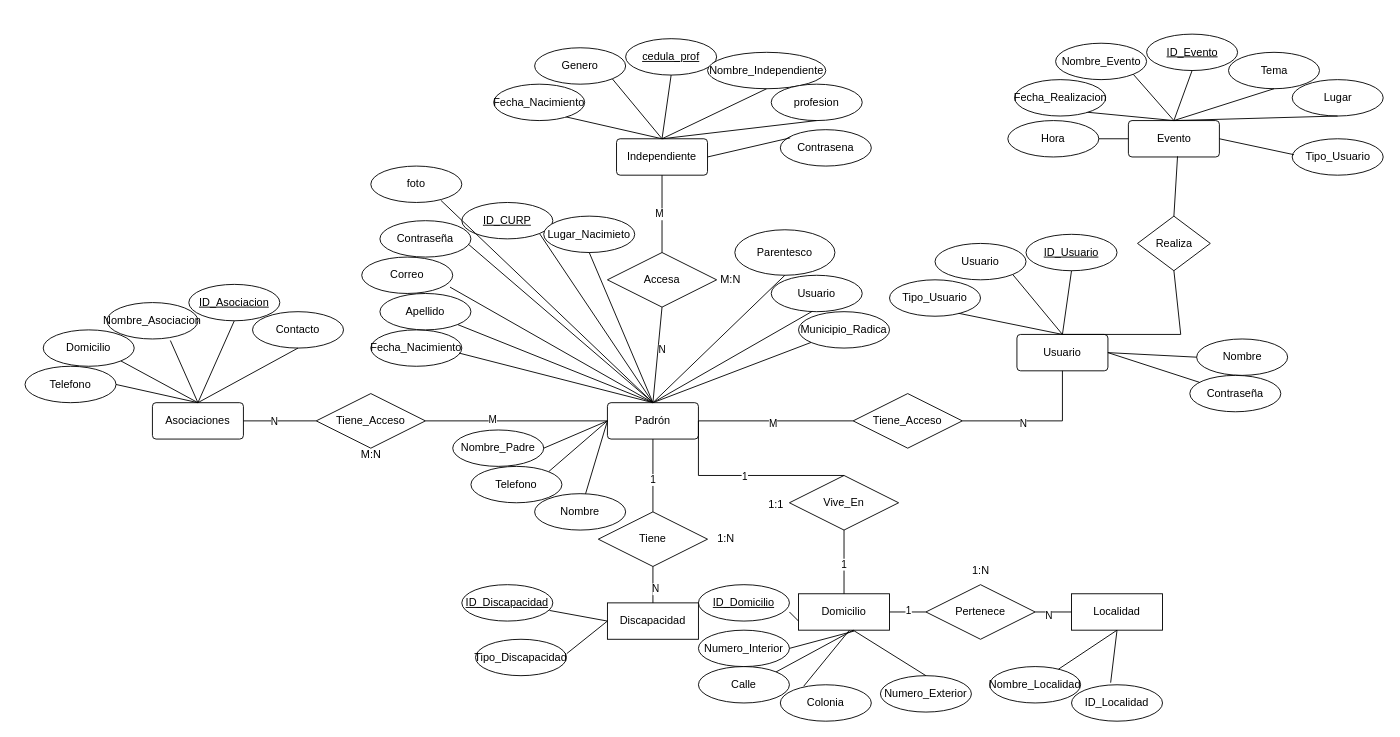
This is Diagrama sin título.drawio from OSCARCH2002/diagramas, a draw.io file, before an edit. Source tidied: cells renumbered, new cells numbered last; positions are measured from the earlier drawing's top-left corner, leaving out a move shared by most shapes. Both pictures are drawn from the tidied source at 91%, with x=0, y=0 at pixel (25, 34).
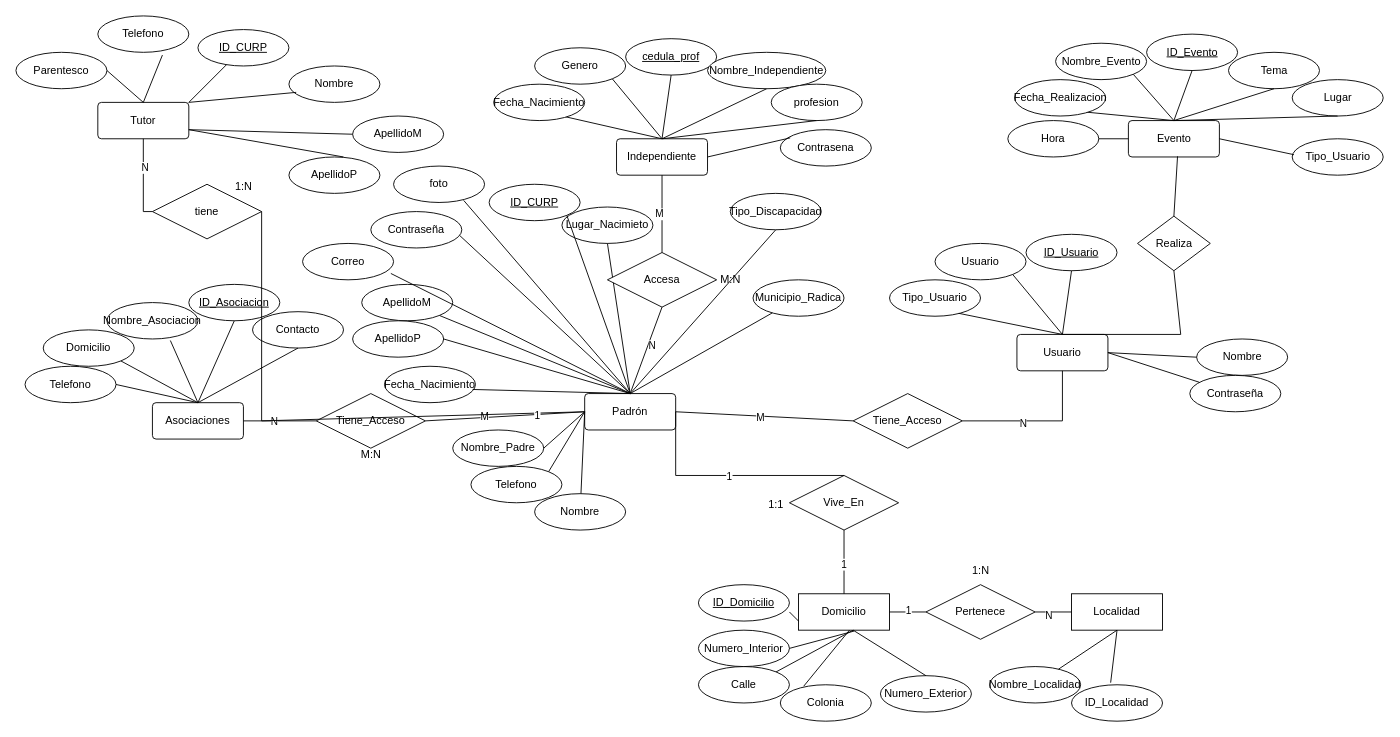
The same diagram, later.

The change refers to these unchanged cells:
```xml
<mxCell id="10" value="Nombre_Padre" style="ellipse;whiteSpace=wrap;html=1;align=center;" parent="1" vertex="1">
  <mxGeometry x="470" y="435" width="100" height="40" as="geometry" />
</mxCell>
<mxCell id="42" value="Vive_En" style="shape=rhombus;perimeter=rhombusPerimeter;whiteSpace=wrap;html=1;align=center;" parent="1" vertex="1">
  <mxGeometry x="840" y="485" width="120" height="60" as="geometry" />
</mxCell>
<mxCell id="104" value="Accesa" style="shape=rhombus;perimeter=rhombusPerimeter;whiteSpace=wrap;html=1;align=center;" parent="1" vertex="1">
  <mxGeometry x="640" y="240" width="120" height="60" as="geometry" />
</mxCell>
```

What changed in the source:
```diff
@@
     <mxCell id="2" value="Padrón" style="rounded=1;arcSize=10;whiteSpace=wrap;html=1;align=center;" parent="1" vertex="1">
-      <mxGeometry x="640" y="405" width="100" height="40" as="geometry" />
+      <mxGeometry x="615" y="395" width="100" height="40" as="geometry" />
     </mxCell>
     <mxCell id="3" value="ID_CURP" style="ellipse;whiteSpace=wrap;html=1;align=center;fontStyle=4;" parent="1" vertex="1">
-      <mxGeometry x="480" y="185" width="100" height="40" as="geometry" />
+      <mxGeometry x="510" y="165" width="100" height="40" as="geometry" />
     </mxCell>
-    <mxCell id="4" value="Usuario" style="ellipse;whiteSpace=wrap;html=1;align=center;" parent="1" vertex="1">
-      <mxGeometry x="820" y="265" width="100" height="40" as="geometry" />
-    </mxCell>
@@
     <mxCell id="6" value="Fecha_Nacimiento" style="ellipse;whiteSpace=wrap;html=1;align=center;" parent="1" vertex="1">
-      <mxGeometry x="380" y="325" width="100" height="40" as="geometry" />
+      <mxGeometry x="395" y="365" width="100" height="40" as="geometry" />
     </mxCell>
-    <mxCell id="7" value="Apellido" style="ellipse;whiteSpace=wrap;html=1;align=center;" parent="1" vertex="1">
-      <mxGeometry x="390" y="285" width="100" height="40" as="geometry" />
+    <mxCell id="7" value="ApellidoM" style="ellipse;whiteSpace=wrap;html=1;align=center;" parent="1" vertex="1">
+      <mxGeometry x="370" y="275" width="100" height="40" as="geometry" />
     </mxCell>
     <mxCell id="8" value="Contraseña" style="ellipse;whiteSpace=wrap;html=1;align=center;" parent="1" vertex="1">
-      <mxGeometry x="390" y="205" width="100" height="40" as="geometry" />
+      <mxGeometry x="380" y="195" width="100" height="40" as="geometry" />
     </mxCell>
-    <mxCell id="9" value="Parentesco" style="ellipse;whiteSpace=wrap;html=1;align=center;" parent="1" vertex="1">
-      <mxGeometry x="780" y="215" width="110" height="50" as="geometry" />
-    </mxCell>
@@
     <mxCell id="11" value="Lugar_Nacimieto" style="ellipse;whiteSpace=wrap;html=1;align=center;" parent="1" vertex="1">
-      <mxGeometry x="570" y="200" width="100" height="40" as="geometry" />
+      <mxGeometry x="590" y="190" width="100" height="40" as="geometry" />
     </mxCell>
     <mxCell id="12" value="Municipio_Radica" style="ellipse;whiteSpace=wrap;html=1;align=center;" parent="1" vertex="1">
-      <mxGeometry x="850" y="305" width="100" height="40" as="geometry" />
+      <mxGeometry x="800" y="270" width="100" height="40" as="geometry" />
     </mxCell>
@@
-    <mxCell id="15" style="endArrow=none;html=1;rounded=0;" parent="1" edge="1" target="12">
-      <mxGeometry relative="1" as="geometry">
-        <mxPoint x="690" y="405" as="sourcePoint" />
-      </mxGeometry>
+    <mxCell id="15" style="endArrow=none;html=1;rounded=0;exitX=0.5;exitY=0;exitDx=0;exitDy=0;" parent="1" edge="1" source="2" target="12">
+      <mxGeometry relative="1" as="geometry" />
     </mxCell>
-    <mxCell id="16" style="endArrow=none;html=1;rounded=0;entryX=0.45;entryY=0.992;entryDx=0;entryDy=0;exitX=0.5;exitY=0;exitDx=0;exitDy=0;entryPerimeter=0;" parent="1" edge="1" source="2" target="4">
-      <mxGeometry relative="1" as="geometry" />
-    </mxCell>
-    <mxCell id="17" style="endArrow=none;html=1;rounded=0;entryX=0.5;entryY=1;entryDx=0;entryDy=0;" parent="1" edge="1" target="9">
-      <mxGeometry relative="1" as="geometry">
-        <mxPoint x="690" y="405" as="sourcePoint" />
-      </mxGeometry>
-    </mxCell>
@@
-    <mxCell id="21" style="endArrow=none;html=1;rounded=0;entryX=1;entryY=1;entryDx=0;entryDy=0;" parent="1" edge="1" target="7">
-      <mxGeometry relative="1" as="geometry">
-        <mxPoint x="690" y="405" as="sourcePoint" />
-      </mxGeometry>
+    <mxCell id="21" style="endArrow=none;html=1;rounded=0;entryX=1;entryY=1;entryDx=0;entryDy=0;exitX=0.5;exitY=0;exitDx=0;exitDy=0;" parent="1" edge="1" source="2" target="7">
+      <mxGeometry relative="1" as="geometry" />
     </mxCell>
-    <mxCell id="22" style="endArrow=none;html=1;rounded=0;exitX=1;exitY=0.5;exitDx=0;exitDy=0;" parent="1" edge="1" source="10">
-      <mxGeometry relative="1" as="geometry">
-        <mxPoint x="640" y="425" as="targetPoint" />
-      </mxGeometry>
+    <mxCell id="22" style="endArrow=none;html=1;rounded=0;exitX=1;exitY=0.5;exitDx=0;exitDy=0;entryX=0;entryY=0.5;entryDx=0;entryDy=0;" parent="1" edge="1" source="10" target="2">
+      <mxGeometry relative="1" as="geometry" />
     </mxCell>
@@
-    <mxCell id="24" value="Discapacidad" style="whiteSpace=wrap;html=1;align=center;" parent="1" vertex="1">
-      <mxGeometry x="640" y="625" width="100" height="40" as="geometry" />
-    </mxCell>
-    <mxCell id="25" style="endArrow=none;html=1;rounded=0;exitX=0;exitY=0.5;exitDx=0;exitDy=0;entryX=0.963;entryY=0.708;entryDx=0;entryDy=0;entryPerimeter=0;" parent="1" edge="1" source="24" target="54">
-      <mxGeometry relative="1" as="geometry" />
-    </mxCell>
-    <mxCell id="26" value="Tipo_Discapacidad" style="ellipse;whiteSpace=wrap;html=1;align=center;" parent="1" vertex="1">
-      <mxGeometry x="495" y="665" width="100" height="40" as="geometry" />
-    </mxCell>
-    <mxCell id="27" style="endArrow=none;html=1;rounded=0;entryX=1.005;entryY=0.39;entryDx=0;entryDy=0;exitX=0;exitY=0.5;exitDx=0;exitDy=0;entryPerimeter=0;" parent="1" edge="1" source="24" target="26">
-      <mxGeometry relative="1" as="geometry" />
-    </mxCell>
-    <mxCell id="28" value="Tiene" style="shape=rhombus;perimeter=rhombusPerimeter;whiteSpace=wrap;html=1;align=center;" parent="1" vertex="1">
-      <mxGeometry x="630" y="525" width="120" height="60" as="geometry" />
-    </mxCell>
-    <mxCell id="29" style="endArrow=none;html=1;rounded=0;entryX=0.5;entryY=1;entryDx=0;entryDy=0;exitX=0.5;exitY=0;exitDx=0;exitDy=0;" parent="1" edge="1" source="28" target="2">
-      <mxGeometry relative="1" as="geometry" />
-    </mxCell>
-    <mxCell id="30" value="1" style="edgeLabel;html=1;align=center;verticalAlign=middle;" parent="29" vertex="1">
-      <mxGeometry x="-0.1" y="1" relative="1" as="geometry" />
-    </mxCell>
-    <mxCell id="31" style="endArrow=none;html=1;rounded=0;entryX=0.5;entryY=1;entryDx=0;entryDy=0;exitX=0.5;exitY=0;exitDx=0;exitDy=0;" parent="1" edge="1" source="24" target="28">
-      <mxGeometry relative="1" as="geometry" />
-    </mxCell>
-    <mxCell id="32" value="N" style="edgeLabel;html=1;align=center;verticalAlign=middle;" parent="31" vertex="1">
-      <mxGeometry x="-0.2" y="-2" relative="1" as="geometry" />
-    </mxCell>
@@
     <mxCell id="45" style="endArrow=none;html=1;rounded=0;entryX=0.5;entryY=0;entryDx=0;entryDy=0;exitX=1;exitY=0.5;exitDx=0;exitDy=0;" parent="1" edge="1" source="2" target="42">
       <mxGeometry relative="1" as="geometry">
         <Array as="points">
-          <mxPoint x="740" y="485" />
+          <mxPoint x="715" y="485" />
         </Array>
       </mxGeometry>
     </mxCell>
@@
-    <mxCell id="54" value="ID_Discapacidad" style="ellipse;whiteSpace=wrap;html=1;align=center;fontStyle=4;" parent="1" vertex="1">
-      <mxGeometry x="480" y="605" width="100" height="40" as="geometry" />
-    </mxCell>
@@
     <mxCell id="101" value="Correo" style="ellipse;whiteSpace=wrap;html=1;align=center;" parent="1" vertex="1">
-      <mxGeometry x="370" y="245" width="100" height="40" as="geometry" />
+      <mxGeometry x="305" y="230" width="100" height="40" as="geometry" />
     </mxCell>
@@
-    <mxCell id="107" style="endArrow=none;html=1;rounded=0;entryX=0.5;entryY=1;entryDx=0;entryDy=0;" parent="1" edge="1" target="104">
-      <mxGeometry relative="1" as="geometry">
-        <mxPoint x="690" y="405" as="sourcePoint" />
-      </mxGeometry>
+    <mxCell id="107" style="endArrow=none;html=1;rounded=0;entryX=0.5;entryY=1;entryDx=0;entryDy=0;exitX=0.5;exitY=0;exitDx=0;exitDy=0;" parent="1" edge="1" source="2" target="104">
+      <mxGeometry relative="1" as="geometry" />
     </mxCell>
@@
-    <mxCell id="122" value="1:N" style="text;html=1;align=center;verticalAlign=middle;strokeColor=none;fillColor=none;" parent="1" vertex="1">
-      <mxGeometry x="750" y="540" width="40" height="30" as="geometry" />
-    </mxCell>
@@
     <mxCell id="129" value="foto" style="ellipse;whiteSpace=wrap;html=1;align=center;" parent="1" vertex="1">
-      <mxGeometry x="380" y="145" width="100" height="40" as="geometry" />
+      <mxGeometry x="405" y="145" width="100" height="40" as="geometry" />
     </mxCell>
@@
+    <mxCell id="138" value="Tutor" style="rounded=1;arcSize=10;whiteSpace=wrap;html=1;align=center;" parent="1" vertex="1">
+      <mxGeometry x="80" y="75" width="100" height="40" as="geometry" />
+    </mxCell>
+    <mxCell id="139" value="ID_CURP" style="ellipse;whiteSpace=wrap;html=1;align=center;fontStyle=4;" parent="1" vertex="1">
+      <mxGeometry x="190" y="-5" width="100" height="40" as="geometry" />
+    </mxCell>
+    <mxCell id="140" style="endArrow=none;html=1;rounded=0;entryX=1;entryY=0;entryDx=0;entryDy=0;" parent="1" edge="1" source="139" target="138">
+      <mxGeometry relative="1" as="geometry" />
+    </mxCell>
+    <mxCell id="141" value="Nombre" style="ellipse;whiteSpace=wrap;html=1;align=center;" parent="1" vertex="1">
+      <mxGeometry x="290" y="35" width="100" height="40" as="geometry" />
+    </mxCell>
+    <mxCell id="142" value="ApellidoM" style="ellipse;whiteSpace=wrap;html=1;align=center;" parent="1" vertex="1">
+      <mxGeometry x="360" y="90" width="100" height="40" as="geometry" />
+    </mxCell>
+    <mxCell id="143" value="Telefono" style="ellipse;whiteSpace=wrap;html=1;align=center;" parent="1" vertex="1">
+      <mxGeometry x="80" y="-20" width="100" height="40" as="geometry" />
+    </mxCell>
+    <mxCell id="9" value="Parentesco" style="ellipse;whiteSpace=wrap;html=1;align=center;" parent="1" vertex="1">
+      <mxGeometry x="-10" y="20" width="100" height="40" as="geometry" />
+    </mxCell>
+    <mxCell id="144" style="endArrow=none;html=1;rounded=0;entryX=1;entryY=0;entryDx=0;entryDy=0;exitX=0.08;exitY=0.725;exitDx=0;exitDy=0;exitPerimeter=0;" parent="1" edge="1" source="141" target="138">
+      <mxGeometry relative="1" as="geometry" />
+    </mxCell>
+    <mxCell id="145" style="endArrow=none;html=1;rounded=0;entryX=0.5;entryY=0;entryDx=0;entryDy=0;exitX=0.71;exitY=1.075;exitDx=0;exitDy=0;exitPerimeter=0;" parent="1" edge="1" source="143" target="138">
+      <mxGeometry relative="1" as="geometry" />
+    </mxCell>
+    <mxCell id="146" style="endArrow=none;html=1;rounded=0;entryX=0.5;entryY=0;entryDx=0;entryDy=0;exitX=1;exitY=0.5;exitDx=0;exitDy=0;" parent="1" edge="1" source="9" target="138">
+      <mxGeometry relative="1" as="geometry" />
+    </mxCell>
+    <mxCell id="147" value="tiene" style="shape=rhombus;perimeter=rhombusPerimeter;whiteSpace=wrap;html=1;align=center;" parent="1" vertex="1">
+      <mxGeometry x="140" y="165" width="120" height="60" as="geometry" />
+    </mxCell>
+    <mxCell id="148" style="endArrow=none;html=1;rounded=0;entryX=0;entryY=0.5;entryDx=0;entryDy=0;exitX=0.5;exitY=1;exitDx=0;exitDy=0;" parent="1" edge="1" source="138" target="147">
+      <mxGeometry relative="1" as="geometry">
+        <Array as="points">
+          <mxPoint x="130" y="195" />
+        </Array>
+      </mxGeometry>
+    </mxCell>
+    <mxCell id="32" value="N" style="edgeLabel;html=1;align=center;verticalAlign=middle;" parent="148" vertex="1">
+      <mxGeometry x="-0.31" y="1" relative="1" as="geometry" />
+    </mxCell>
+    <mxCell id="149" style="endArrow=none;html=1;rounded=0;exitX=0;exitY=0.5;exitDx=0;exitDy=0;entryX=1;entryY=0.5;entryDx=0;entryDy=0;" parent="1" edge="1" source="2" target="147">
+      <mxGeometry relative="1" as="geometry">
+        <Array as="points">
+          <mxPoint x="260" y="425" />
+        </Array>
+      </mxGeometry>
+    </mxCell>
+    <mxCell id="30" value="1" style="edgeLabel;html=1;align=center;verticalAlign=middle;" parent="149" vertex="1">
+      <mxGeometry x="-0.82" y="2" relative="1" as="geometry" />
+    </mxCell>
+    <mxCell id="122" value="1:N" style="text;html=1;align=center;verticalAlign=middle;strokeColor=none;fillColor=none;" parent="1" vertex="1">
+      <mxGeometry x="220" y="153" width="40" height="30" as="geometry" />
+    </mxCell>
+    <mxCell id="150" value="ApellidoP" style="ellipse;whiteSpace=wrap;html=1;align=center;" parent="1" vertex="1">
+      <mxGeometry x="360" y="315" width="100" height="40" as="geometry" />
+    </mxCell>
+    <mxCell id="151" style="endArrow=none;html=1;rounded=0;entryX=1;entryY=0.5;entryDx=0;entryDy=0;exitX=0.5;exitY=0;exitDx=0;exitDy=0;" parent="1" edge="1" source="2" target="150">
+      <mxGeometry relative="1" as="geometry" />
+    </mxCell>
+    <mxCell id="152" style="endArrow=none;html=1;rounded=0;entryX=1;entryY=0.75;entryDx=0;entryDy=0;exitX=0;exitY=0.5;exitDx=0;exitDy=0;" parent="1" edge="1" source="142" target="138">
+      <mxGeometry relative="1" as="geometry" />
+    </mxCell>
+    <mxCell id="153" value="ApellidoP" style="ellipse;whiteSpace=wrap;html=1;align=center;" parent="1" vertex="1">
+      <mxGeometry x="290" y="135" width="100" height="40" as="geometry" />
+    </mxCell>
+    <mxCell id="154" style="endArrow=none;html=1;rounded=0;entryX=1;entryY=0.75;entryDx=0;entryDy=0;exitX=0.6;exitY=0;exitDx=0;exitDy=0;exitPerimeter=0;" parent="1" edge="1" source="153" target="138">
+      <mxGeometry relative="1" as="geometry" />
+    </mxCell>
+    <mxCell id="26" value="Tipo_Discapacidad" style="ellipse;whiteSpace=wrap;html=1;align=center;" parent="1" vertex="1">
+      <mxGeometry x="775" y="175" width="100" height="40" as="geometry" />
+    </mxCell>
+    <mxCell id="155" style="endArrow=none;html=1;rounded=0;entryX=0.5;entryY=1;entryDx=0;entryDy=0;exitX=0.5;exitY=0;exitDx=0;exitDy=0;" parent="1" edge="1" source="2" target="26">
+      <mxGeometry relative="1" as="geometry" />
+    </mxCell>
```
